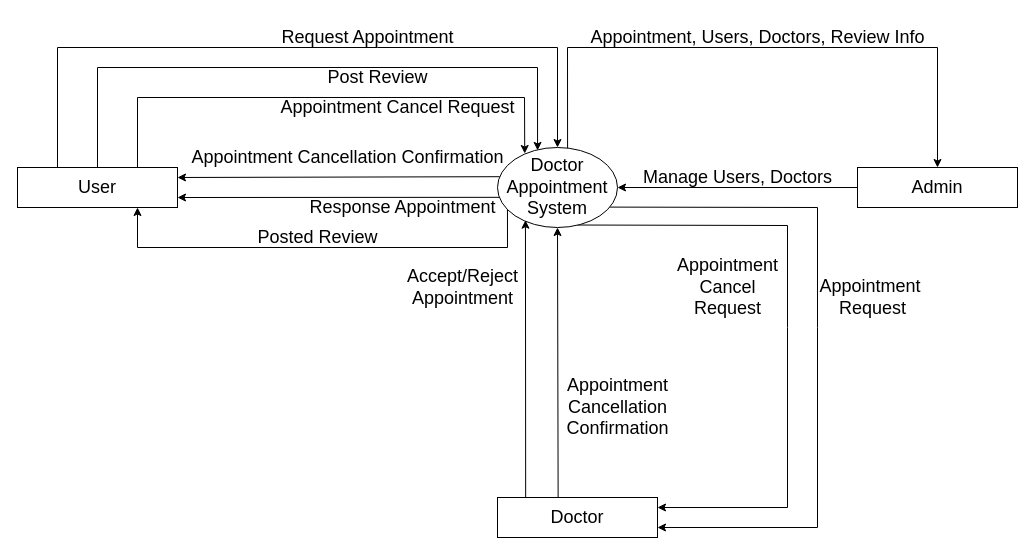
The draw.io diagram level0dfd.dio in dipeshs13/diagram, before the edit. Source tidied: cells renumbered, new cells numbered last; positions are measured from the earlier drawing's top-left corner, leaving out a move shared by most shapes. Both pictures are drawn from the tidied source at 100%, with x=0, y=0 at pixel (17, 17).
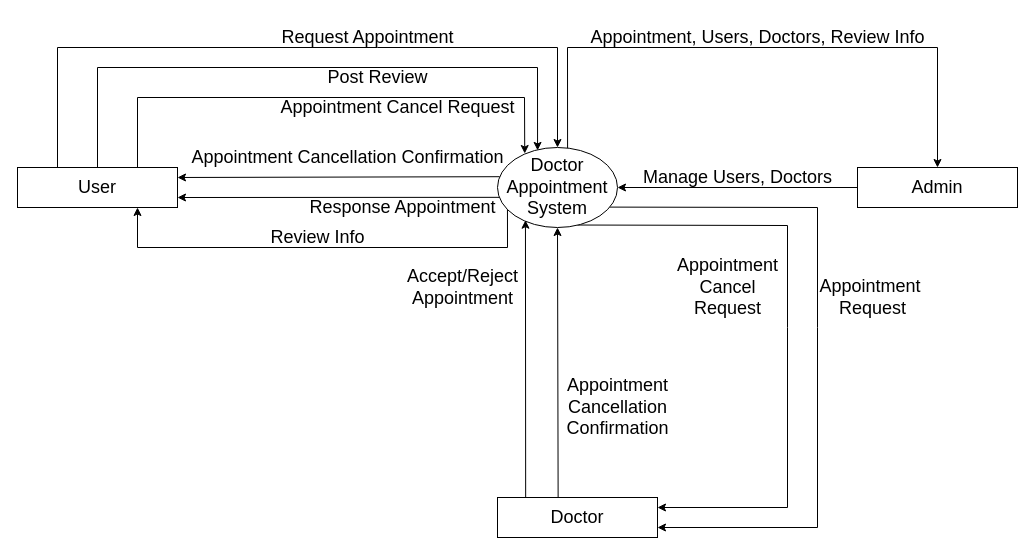
The same page after the edit.

Diff of the diagram source:
```diff
@@
-    <mxCell id="29" value="Posted Review" style="text;html=1;align=center;verticalAlign=middle;strokeColor=none;fillColor=none;fontSize=18;" parent="1" vertex="1">
-      <mxGeometry x="230" y="200" width="140" height="40" as="geometry" />
+    <mxCell id="29" value="Review Info" style="text;html=1;align=center;verticalAlign=middle;strokeColor=none;fillColor=none;fontSize=18;" parent="1" vertex="1">
+      <mxGeometry x="240" y="200" width="120" height="40" as="geometry" />
     </mxCell>
```
